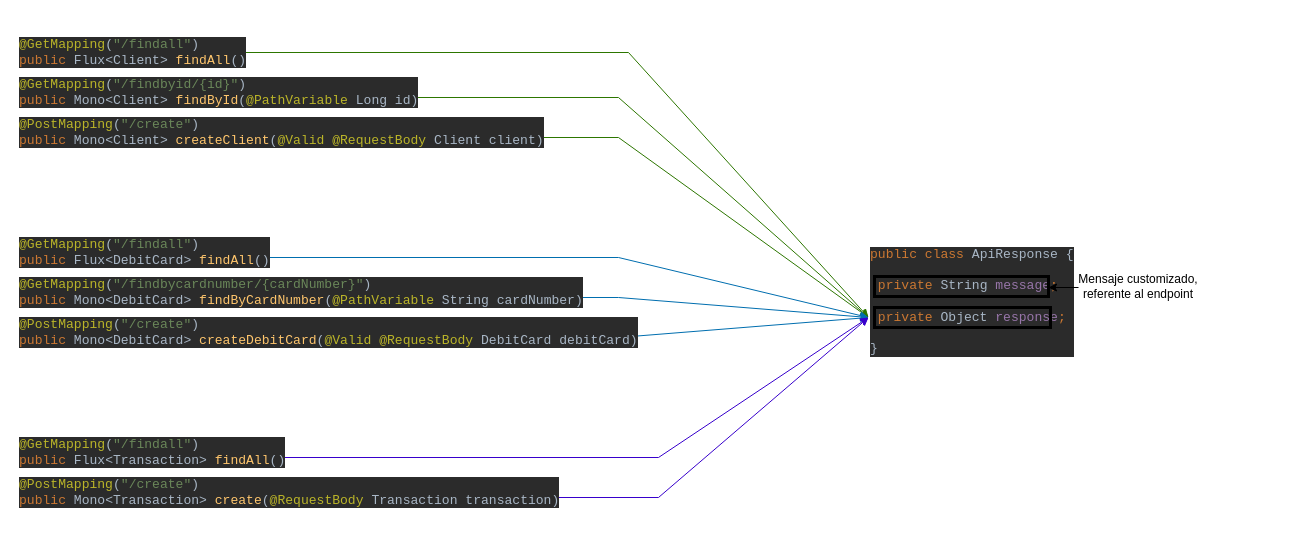
Before: page "ApiResponse" (2 of 4) of arquitectura youtube.drawio in Renzo-develop/workspace-youtube, a draw.io diagram. Source tidied: cells renumbered, new cells numbered last; positions are measured from the earlier drawing's top-left corner, leaving out a move shared by most shapes. Both pictures are drawn from the tidied source at 100%, with x=0, y=0 at pixel (17, 17).
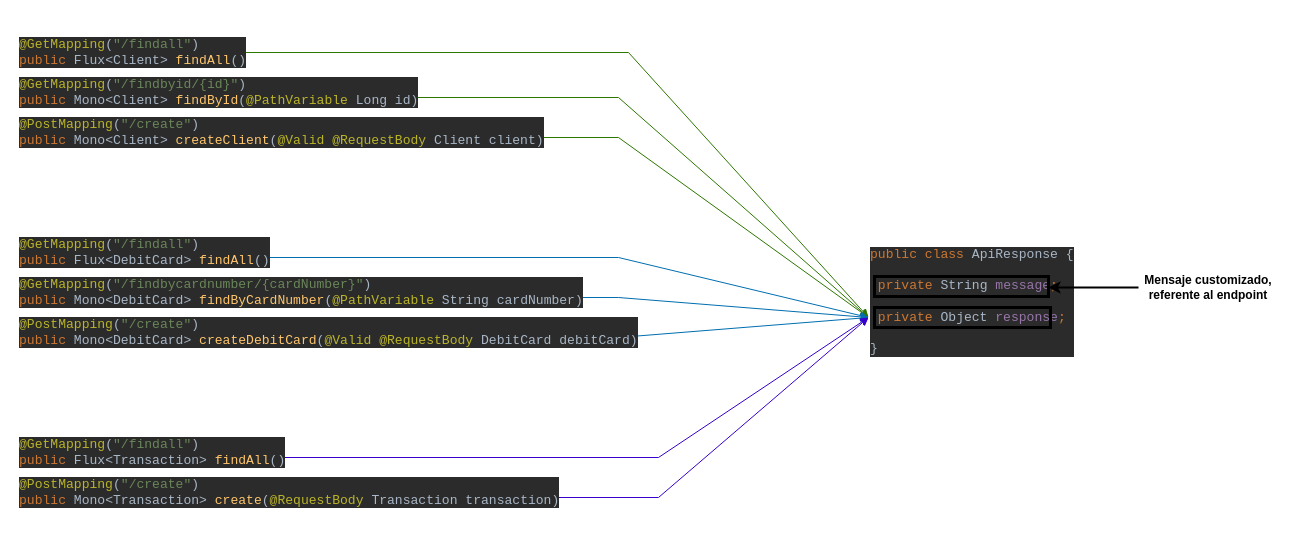
The same page after the edit.

What changed in the source:
```diff
@@
-    <mxCell id="20" value="Mensaje customizado, referente al endpoint" style="text;html=1;align=center;verticalAlign=middle;whiteSpace=wrap;rounded=0;strokeColor=none;" parent="1" vertex="1">
-      <mxGeometry x="1051" y="254" width="140" height="30" as="geometry" />
+    <mxCell id="20" value="Mensaje customizado, referente al endpoint" style="text;html=1;align=center;verticalAlign=middle;whiteSpace=wrap;rounded=0;strokeColor=none;fontStyle=1;fontColor=light-dark(#000000,#3333FF);" parent="1" vertex="1">
+      <mxGeometry x="1121" y="255" width="140" height="30" as="geometry" />
     </mxCell>
-    <mxCell id="21" style="endArrow=classic;html=1;rounded=0;strokeColor=light-dark(#000000,#FFFFFF);" parent="1" edge="1">
+    <mxCell id="21" style="endArrow=classic;html=1;rounded=0;strokeColor=light-dark(#000000,#3333FF);exitX=0;exitY=0.5;exitDx=0;exitDy=0;strokeWidth=2;" parent="1" edge="1" source="20">
       <mxGeometry relative="1" as="geometry">
-        <mxPoint x="1061" y="270" as="sourcePoint" />
         <mxPoint x="1031" y="270" as="targetPoint" />
       </mxGeometry>
     </mxCell>
```
